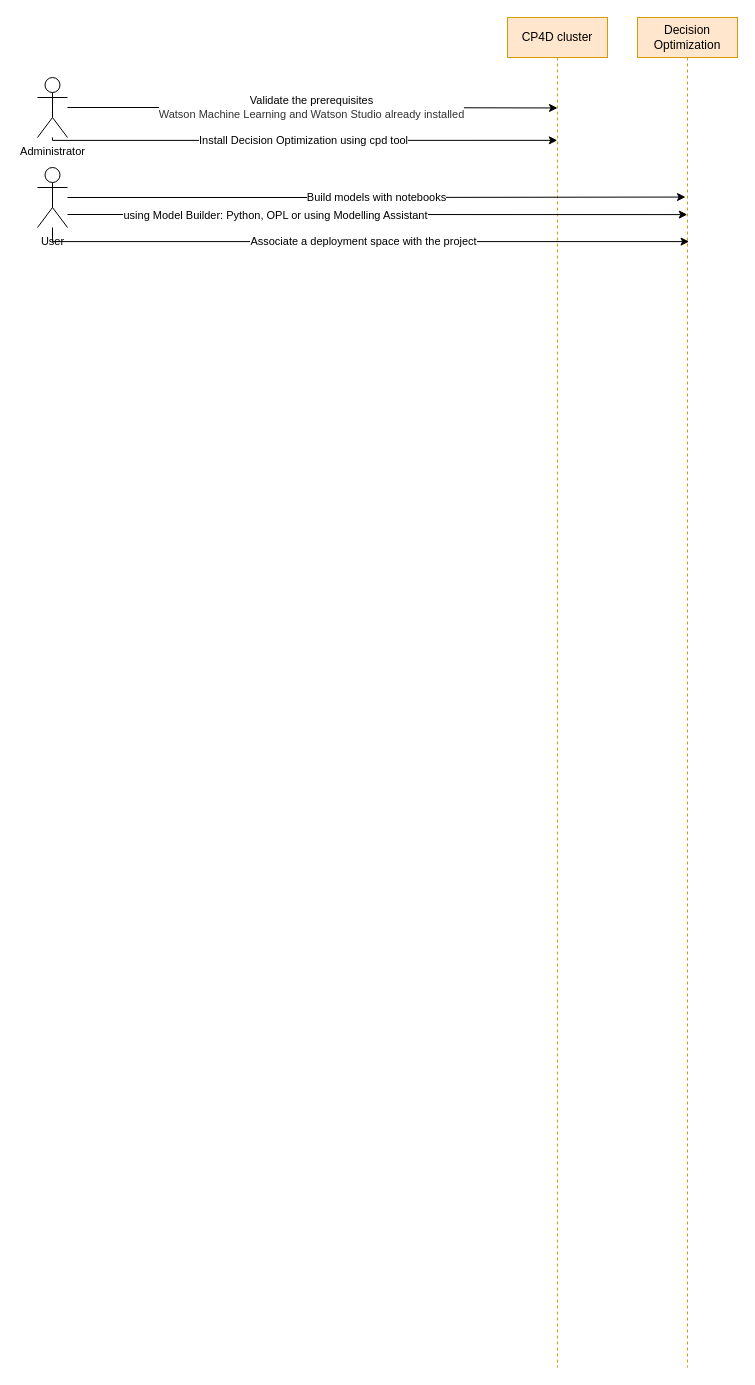
This is do.drawio from kanchantewary/CloudPakForData, a draw.io file, before an edit. Source tidied: cells renumbered, new cells numbered last; positions are measured from the earlier drawing's top-left corner, leaving out a move shared by most shapes. Both pictures are drawn from the tidied source at 100%, with x=0, y=0 at pixel (37, 17).
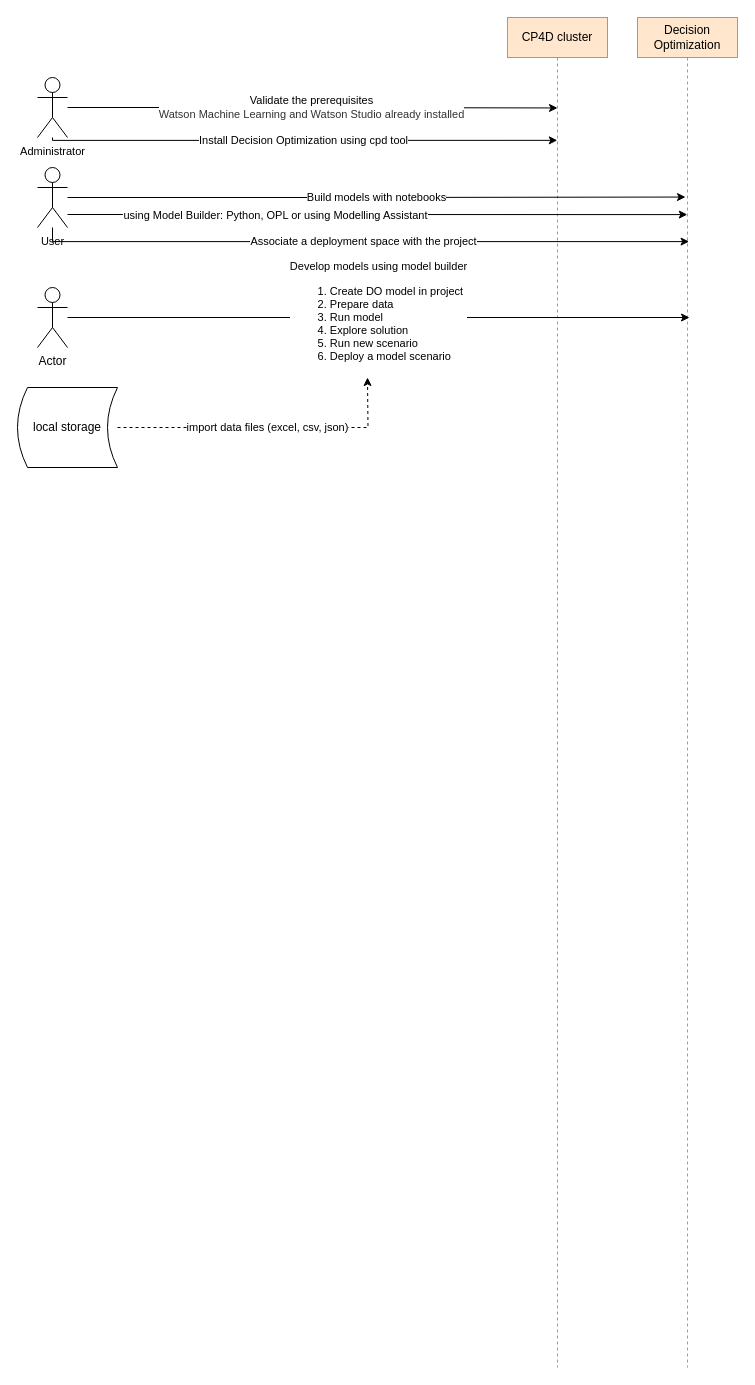
The same page after the edit.

Diff of the diagram source:
```diff
@@
+    <mxCell id="12" value="Develop models using model builder&lt;br&gt;&lt;ol&gt;&lt;li style=&quot;text-align: left&quot;&gt;Create DO model in project&lt;/li&gt;&lt;li style=&quot;text-align: left&quot;&gt;Prepare data&lt;/li&gt;&lt;li style=&quot;text-align: left&quot;&gt;Run model&lt;/li&gt;&lt;li style=&quot;text-align: left&quot;&gt;Explore solution&lt;/li&gt;&lt;li style=&quot;text-align: left&quot;&gt;Run new scenario&lt;/li&gt;&lt;li style=&quot;text-align: left&quot;&gt;Deploy a model scenario&lt;/li&gt;&lt;/ol&gt;" style="edgeStyle=orthogonalEdgeStyle;rounded=0;jettySize=auto;html=1;" parent="1" edge="1" source="13">
+      <mxGeometry relative="1" as="geometry">
+        <mxPoint x="652" y="300" as="targetPoint" />
+        <Array as="points">
+          <mxPoint x="652" y="300" />
+        </Array>
+      </mxGeometry>
+    </mxCell>
+    <mxCell id="13" value="Actor" style="shape=umlActor;verticalLabelPosition=bottom;verticalAlign=top;html=1;outlineConnect=0;" parent="1" vertex="1">
+      <mxGeometry y="270" width="30" height="60" as="geometry" />
+    </mxCell>
+    <mxCell id="14" value="import data files (excel, csv, json)" style="edgeStyle=orthogonalEdgeStyle;rounded=0;jettySize=auto;html=1;dashed=1;" parent="1" edge="1" source="15">
+      <mxGeometry relative="1" as="geometry">
+        <mxPoint x="330" y="360" as="targetPoint" />
+      </mxGeometry>
+    </mxCell>
+    <mxCell id="15" value="local storage" style="shape=dataStorage;whiteSpace=wrap;html=1;" parent="1" vertex="1">
+      <mxGeometry x="-20" y="370" width="100" height="80" as="geometry" />
+    </mxCell>
```
